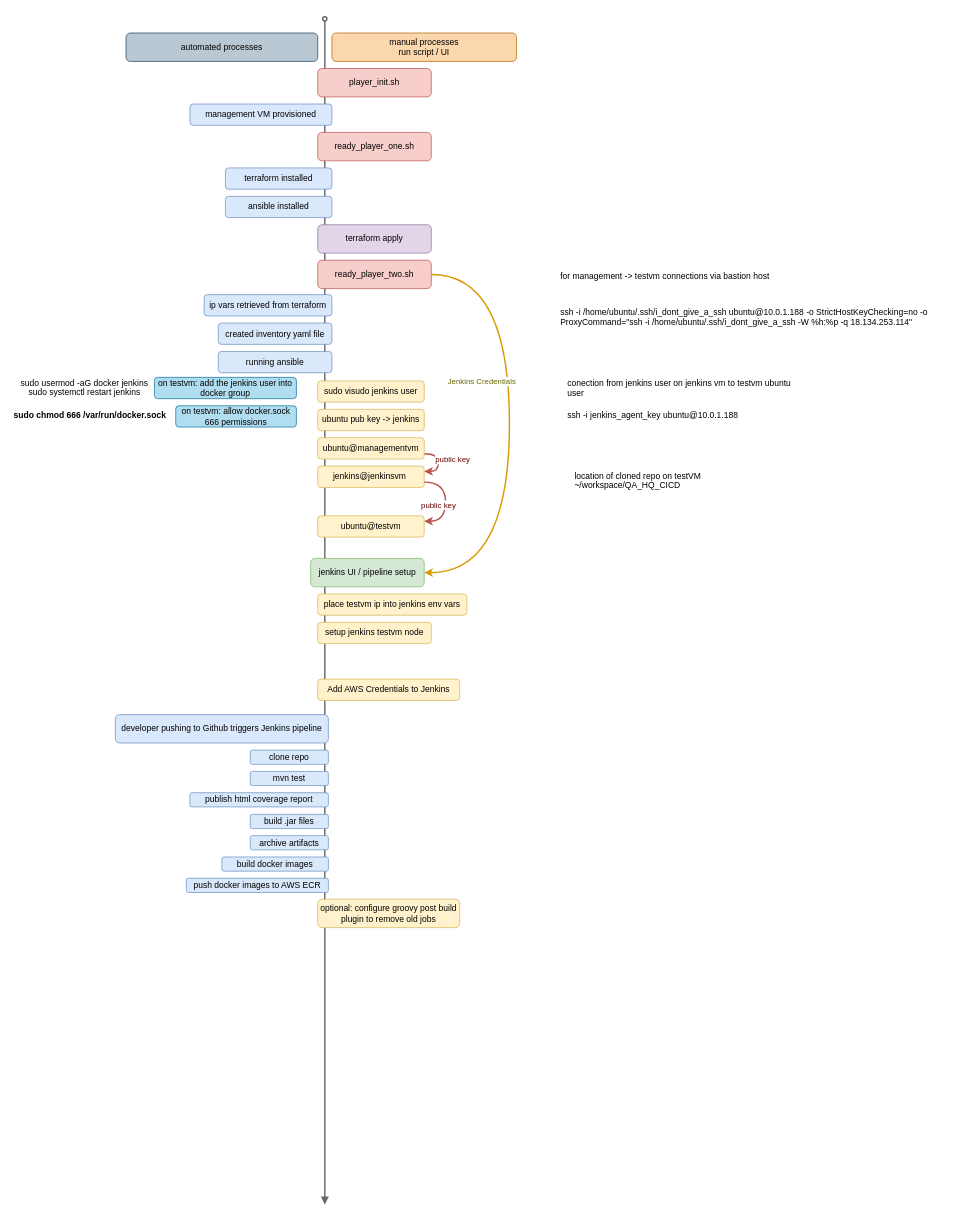
This is other_files/manual_process_checkpoints.drawio from Jenkins-Spice-Latte/QA-Help-Queue-App, a draw.io file, before an edit. Source tidied: cells renumbered, new cells numbered last; positions are measured from the earlier drawing's top-left corner, leaving out a move shared by most shapes. Both pictures are drawn from the tidied source at 71%, with x=0, y=0 at pixel (12, 18).
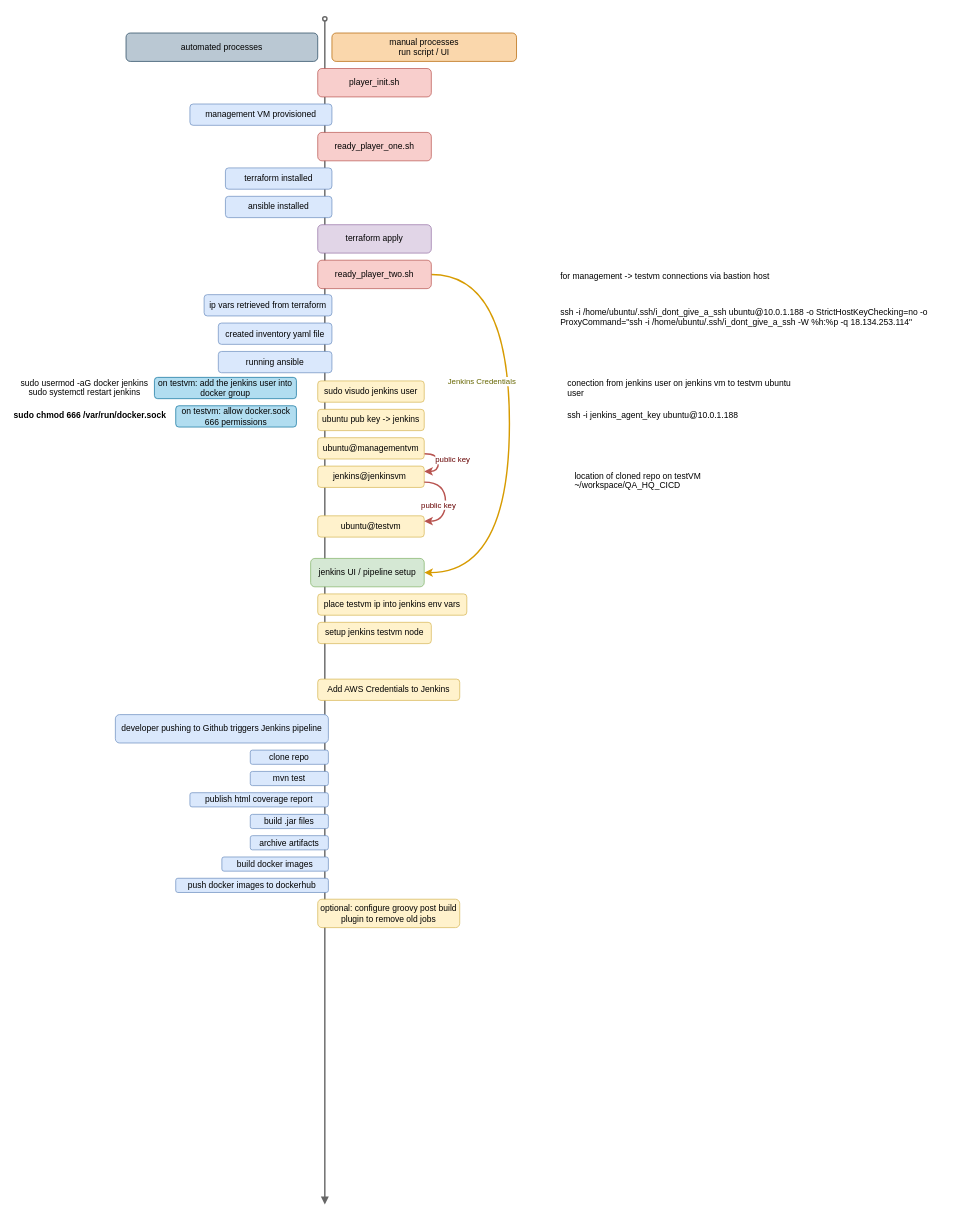
The same page after the edit.

Diff of the diagram source:
```diff
@@
-    <mxCell id="40" value="push docker images to AWS ECR" style="rounded=1;whiteSpace=wrap;html=1;fillColor=#dae8fc;strokeColor=#6c8ebf;" parent="1" vertex="1">
-      <mxGeometry x="245" y="1210.5" width="200" height="20" as="geometry" />
+    <mxCell id="40" value="push docker images to dockerhub" style="rounded=1;whiteSpace=wrap;html=1;fillColor=#dae8fc;strokeColor=#6c8ebf;" parent="1" vertex="1">
+      <mxGeometry x="230" y="1210.5" width="215" height="20" as="geometry" />
     </mxCell>
```
